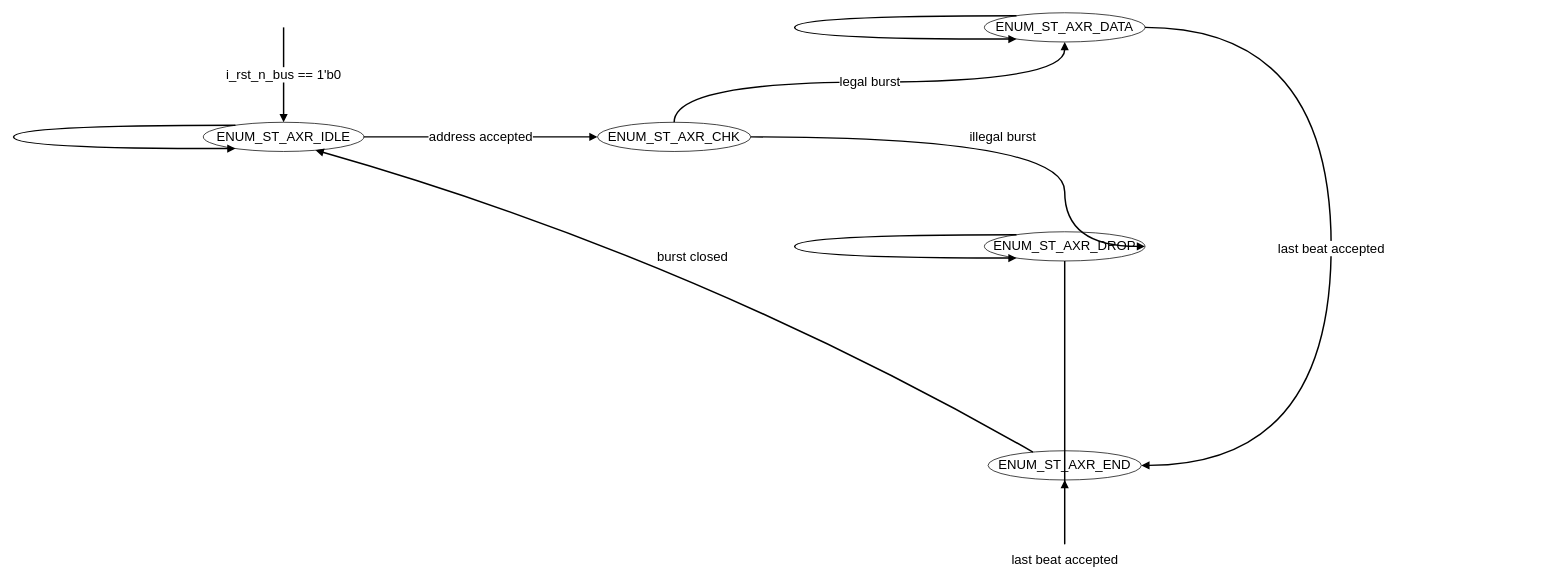
The draw.io diagram page "FSM_AXR" (1 of 2) of doc/ht_aes_gcm_acc/figures/aesgcm_fsm_axr.drawio in nguyenquanicd/AES-128-256, before the edit. Source tidied: cells renumbered, new cells numbered last; positions are measured from the earlier drawing's top-left corner, leaving out a move shared by most shapes. Both pictures are drawn from the tidied source at 73%, with x=0, y=0 at pixel (13, 12).
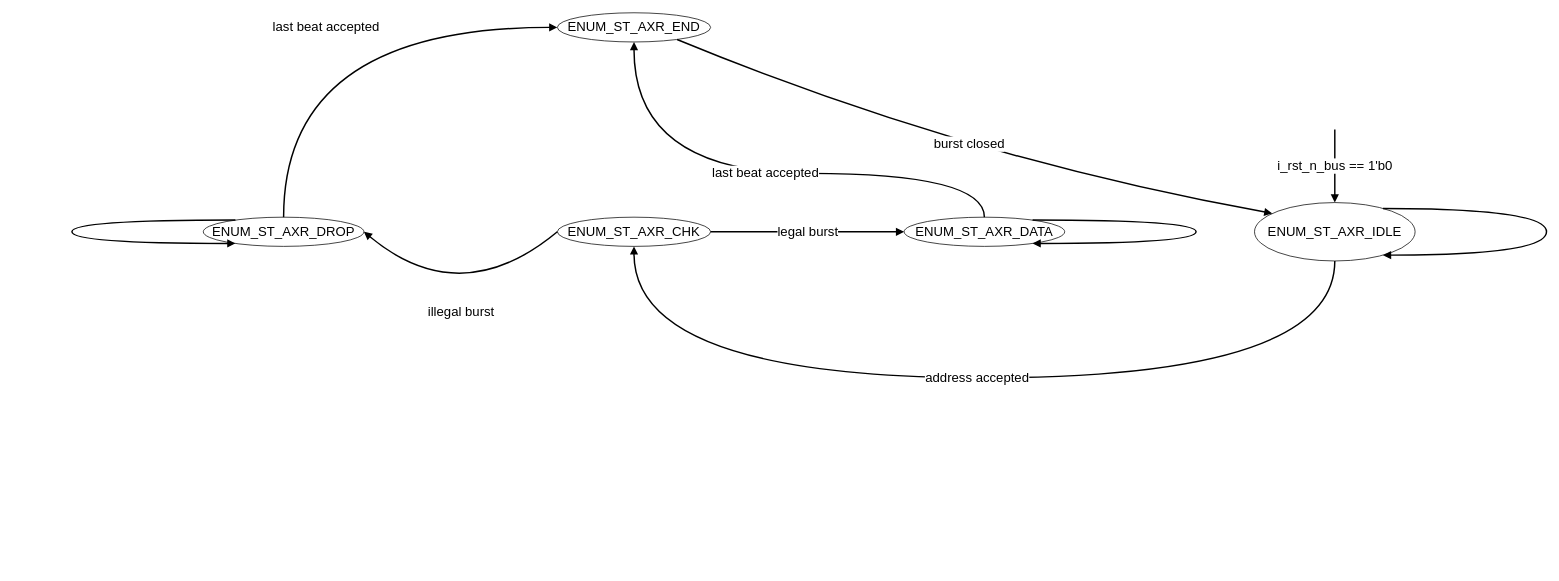
The same diagram, later.

Change to the diagram source:
```diff
@@
     <mxCell id="2" value="ENUM_ST_AXR_IDLE" style="ellipse;whiteSpace=wrap;html=1;fontSize=18;fontColor=#000000;strokeColor=#000000;fillColor=#FFFFFF;" parent="1" vertex="1">
-      <mxGeometry x="260" y="150" width="220" height="40" as="geometry" />
+      <mxGeometry x="1700" y="260" width="220" height="80" as="geometry" />
     </mxCell>
     <mxCell id="3" value="ENUM_ST_AXR_CHK" style="ellipse;whiteSpace=wrap;html=1;fontSize=18;fontColor=#000000;strokeColor=#000000;fillColor=#FFFFFF;" parent="1" vertex="1">
-      <mxGeometry x="800" y="150" width="210" height="40" as="geometry" />
+      <mxGeometry x="745" y="280" width="210" height="40" as="geometry" />
     </mxCell>
     <mxCell id="4" value="ENUM_ST_AXR_DATA" style="ellipse;whiteSpace=wrap;html=1;fontSize=18;fontColor=#000000;strokeColor=#000000;fillColor=#FFFFFF;" parent="1" vertex="1">
-      <mxGeometry x="1330" width="220" height="40" as="geometry" />
+      <mxGeometry x="1220" y="280" width="220" height="40" as="geometry" />
     </mxCell>
     <mxCell id="5" value="ENUM_ST_AXR_DROP" style="ellipse;whiteSpace=wrap;html=1;fontSize=18;fontColor=#000000;strokeColor=#000000;fillColor=#FFFFFF;" parent="1" vertex="1">
-      <mxGeometry x="1330" y="300" width="220" height="40" as="geometry" />
+      <mxGeometry x="260" y="280" width="220" height="40" as="geometry" />
     </mxCell>
     <mxCell id="6" value="ENUM_ST_AXR_END" style="ellipse;whiteSpace=wrap;html=1;fontSize=18;fontColor=#000000;strokeColor=#000000;fillColor=#FFFFFF;" parent="1" vertex="1">
-      <mxGeometry x="1335" y="600" width="210" height="40" as="geometry" />
+      <mxGeometry x="745" width="210" height="40" as="geometry" />
     </mxCell>
     <mxCell id="7" value="i_rst_n_bus == 1'b0" style="endArrow=block;html=1;rounded=0;fontSize=18;strokeWidth=2;endFill=1;fontColor=#000000;strokeColor=#000000;fillColor=#FFFFFF;labelBackgroundColor=#FFFFFF;curved=1;entryX=0.5;entryY=0;entryPerimeter=1;" parent="1" edge="1" target="2">
       <mxGeometry relative="1" as="geometry">
-        <mxPoint x="370" y="20" as="sourcePoint" />
+        <mxPoint x="1810" y="160" as="sourcePoint" />
         <Array as="points">
-          <mxPoint x="370" y="85" />
+          <mxPoint x="1810" y="210" />
         </Array>
       </mxGeometry>
     </mxCell>
-    <mxCell id="8" value="burst closed" style="endArrow=block;html=1;rounded=0;fontSize=18;strokeWidth=2;endFill=1;fontColor=#000000;strokeColor=#000000;fillColor=#FFFFFF;labelBackgroundColor=#FFFFFF;curved=1;entryX=0.698413;entryY=0.958947;entryPerimeter=1;exitX=0.293716;exitY=0.0445366;exitPerimeter=1;" parent="1" edge="1" source="6" target="2">
+    <mxCell id="8" value="burst closed" style="endArrow=block;html=1;rounded=0;fontSize=18;strokeWidth=2;endFill=1;fontColor=#000000;strokeColor=#000000;fillColor=#FFFFFF;labelBackgroundColor=#FFFFFF;curved=1;entryX=0.109962;entryY=0.187157;entryPerimeter=1;exitX=0.773394;exitY=0.918635;exitPerimeter=1;" parent="1" edge="1" source="6" target="2">
       <mxGeometry relative="1" as="geometry">
         <Array as="points">
-          <mxPoint x="930.4" y="335.2" />
+          <mxPoint x="1303.2" y="199.1" />
         </Array>
+        <mxPoint x="5.2" y="-19.3" as="offset" />
       </mxGeometry>
     </mxCell>
-    <mxCell id="9" value="last beat accepted" style="endArrow=block;html=1;rounded=0;fontSize=18;strokeWidth=2;endFill=1;fontColor=#000000;strokeColor=#000000;fillColor=#FFFFFF;labelBackgroundColor=#FFFFFF;curved=1;entryX=1;entryY=0.5;entryPerimeter=1;exitX=1;exitY=0.5;exitPerimeter=1;" parent="1" edge="1" source="4" target="6">
+    <mxCell id="9" value="address accepted" style="endArrow=block;html=1;rounded=0;fontSize=18;strokeWidth=2;endFill=1;fontColor=#000000;strokeColor=#000000;fillColor=#FFFFFF;labelBackgroundColor=#FFFFFF;curved=1;entryX=0.5;entryY=1;entryPerimeter=1;exitX=0.5;exitY=1;exitPerimeter=1;" parent="1" edge="1" source="2" target="3">
       <mxGeometry relative="1" as="geometry">
         <Array as="points">
-          <mxPoint x="1805" y="20" />
-          <mxPoint x="1805" y="620" />
+          <mxPoint x="1810" y="500" />
+          <mxPoint x="850" y="500" />
         </Array>
       </mxGeometry>
     </mxCell>
-    <mxCell id="10" value="illegal burst" style="endArrow=block;html=1;rounded=0;fontSize=18;strokeWidth=2;endFill=1;fontColor=#000000;strokeColor=#000000;fillColor=#FFFFFF;labelBackgroundColor=#FFFFFF;curved=1;entryX=1;entryY=0.5;entryPerimeter=1;exitX=1;exitY=0.5;exitPerimeter=1;" parent="1" edge="1" source="3" target="5">
+    <mxCell id="10" value="last beat accepted" style="endArrow=block;html=1;rounded=0;fontSize=18;strokeWidth=2;endFill=1;fontColor=#000000;strokeColor=#000000;fillColor=#FFFFFF;labelBackgroundColor=#FFFFFF;curved=1;entryX=0.5;entryY=1;entryPerimeter=1;exitX=0.5;exitY=0;exitPerimeter=1;" parent="1" edge="1" source="4" target="6">
       <mxGeometry relative="1" as="geometry">
         <Array as="points">
-          <mxPoint x="1440" y="170" />
-          <mxPoint x="1440" y="320" />
+          <mxPoint x="1330" y="220" />
+          <mxPoint x="850" y="220" />
         </Array>
       </mxGeometry>
     </mxCell>
-    <mxCell id="11" value="legal burst" style="endArrow=block;html=1;rounded=0;fontSize=18;strokeWidth=2;endFill=1;fontColor=#000000;strokeColor=#000000;fillColor=#FFFFFF;labelBackgroundColor=#FFFFFF;curved=1;entryX=0.5;entryY=1;entryPerimeter=1;exitX=0.5;exitY=0;exitPerimeter=1;" parent="1" edge="1" source="3" target="4">
+    <mxCell id="11" value="last beat accepted" style="endArrow=block;html=1;rounded=0;fontSize=18;strokeWidth=2;endFill=1;fontColor=#000000;strokeColor=#000000;fillColor=#FFFFFF;labelBackgroundColor=#FFFFFF;curved=1;entryX=0;entryY=0.5;entryPerimeter=1;exitX=0.5;exitY=0;exitPerimeter=1;" parent="1" edge="1" source="5" target="6">
       <mxGeometry relative="1" as="geometry">
         <Array as="points">
-          <mxPoint x="905" y="95" />
-          <mxPoint x="1440" y="95" />
+          <mxPoint x="370" y="20" />
         </Array>
       </mxGeometry>
     </mxCell>
-    <mxCell id="12" value="address accepted" style="endArrow=block;html=1;rounded=0;fontSize=18;strokeWidth=2;endFill=1;fontColor=#000000;strokeColor=#000000;fillColor=#FFFFFF;labelBackgroundColor=#FFFFFF;curved=1;entryX=0;entryY=0.5;entryPerimeter=1;exitX=1;exitY=0.5;exitPerimeter=1;" parent="1" edge="1" source="2" target="3">
+    <mxCell id="12" value="illegal burst" style="endArrow=block;html=1;rounded=0;fontSize=18;strokeWidth=2;endFill=1;fontColor=#000000;strokeColor=#000000;fillColor=#FFFFFF;labelBackgroundColor=#FFFFFF;curved=1;entryX=1;entryY=0.5;entryPerimeter=1;exitX=0;exitY=0.5;exitPerimeter=1;" parent="1" edge="1" source="3" target="5">
       <mxGeometry relative="1" as="geometry">
         <Array as="points">
-          <mxPoint x="637.5" y="170" />
+          <mxPoint x="612.5" y="410" />
         </Array>
       </mxGeometry>
     </mxCell>
-    <mxCell id="13" value="last beat accepted" style="endArrow=block;html=1;rounded=0;fontSize=18;strokeWidth=2;endFill=1;fontColor=#000000;strokeColor=#000000;fillColor=#FFFFFF;labelBackgroundColor=#FFFFFF;curved=1;entryX=0.5;entryY=1;entryPerimeter=1;exitX=0.5;exitY=1;exitPerimeter=1;" parent="1" edge="1" source="5" target="6">
+    <mxCell id="13" value="legal burst" style="endArrow=block;html=1;rounded=0;fontSize=18;strokeWidth=2;endFill=1;fontColor=#000000;strokeColor=#000000;fillColor=#FFFFFF;labelBackgroundColor=#FFFFFF;curved=1;entryX=0;entryY=0.5;entryPerimeter=1;exitX=1;exitY=0.5;exitPerimeter=1;" parent="1" edge="1" source="3" target="4">
       <mxGeometry relative="1" as="geometry">
         <Array as="points">
-          <mxPoint x="1440" y="900" />
+          <mxPoint x="1090" y="300" />
         </Array>
       </mxGeometry>
     </mxCell>
-    <mxCell id="14" style="endArrow=block;html=1;rounded=0;fontSize=18;strokeWidth=2;endFill=1;fontColor=#000000;strokeColor=#000000;fillColor=#FFFFFF;labelBackgroundColor=#FFFFFF;curved=1;entryX=0.2;entryY=0.9;entryPerimeter=1;exitX=0.2;exitY=0.1;exitPerimeter=1;" parent="1" edge="1" source="2" target="2">
+    <mxCell id="14" style="endArrow=block;html=1;rounded=0;fontSize=18;strokeWidth=2;endFill=1;fontColor=#000000;strokeColor=#000000;fillColor=#FFFFFF;labelBackgroundColor=#FFFFFF;curved=1;entryX=0.8;entryY=0.9;entryPerimeter=1;exitX=0.8;exitY=0.1;exitPerimeter=1;" parent="1" edge="1" source="2" target="2">
       <mxGeometry relative="1" as="geometry">
         <Array as="points">
-          <mxPoint y="154" />
-          <mxPoint y="186" />
+          <mxPoint x="2100" y="268" />
+          <mxPoint x="2100" y="332" />
         </Array>
       </mxGeometry>
     </mxCell>
-    <mxCell id="15" style="endArrow=block;html=1;rounded=0;fontSize=18;strokeWidth=2;endFill=1;fontColor=#000000;strokeColor=#000000;fillColor=#FFFFFF;labelBackgroundColor=#FFFFFF;curved=1;entryX=0.2;entryY=0.9;entryPerimeter=1;exitX=0.2;exitY=0.1;exitPerimeter=1;" parent="1" edge="1" source="4" target="4">
+    <mxCell id="15" style="endArrow=block;html=1;rounded=0;fontSize=18;strokeWidth=2;endFill=1;fontColor=#000000;strokeColor=#000000;fillColor=#FFFFFF;labelBackgroundColor=#FFFFFF;curved=1;entryX=0.8;entryY=0.9;entryPerimeter=1;exitX=0.8;exitY=0.1;exitPerimeter=1;" parent="1" edge="1" source="4" target="4">
       <mxGeometry relative="1" as="geometry">
         <Array as="points">
-          <mxPoint x="1070" y="4" />
-          <mxPoint x="1070" y="36" />
+          <mxPoint x="1620" y="284" />
+          <mxPoint x="1620" y="316" />
         </Array>
       </mxGeometry>
     </mxCell>
     <mxCell id="16" style="endArrow=block;html=1;rounded=0;fontSize=18;strokeWidth=2;endFill=1;fontColor=#000000;strokeColor=#000000;fillColor=#FFFFFF;labelBackgroundColor=#FFFFFF;curved=1;entryX=0.2;entryY=0.9;entryPerimeter=1;exitX=0.2;exitY=0.1;exitPerimeter=1;" parent="1" edge="1" source="5" target="5">
       <mxGeometry relative="1" as="geometry">
         <Array as="points">
-          <mxPoint x="1070" y="304" />
-          <mxPoint x="1070" y="336" />
+          <mxPoint x="80" y="284" />
+          <mxPoint x="80" y="316" />
         </Array>
       </mxGeometry>
     </mxCell>
```
